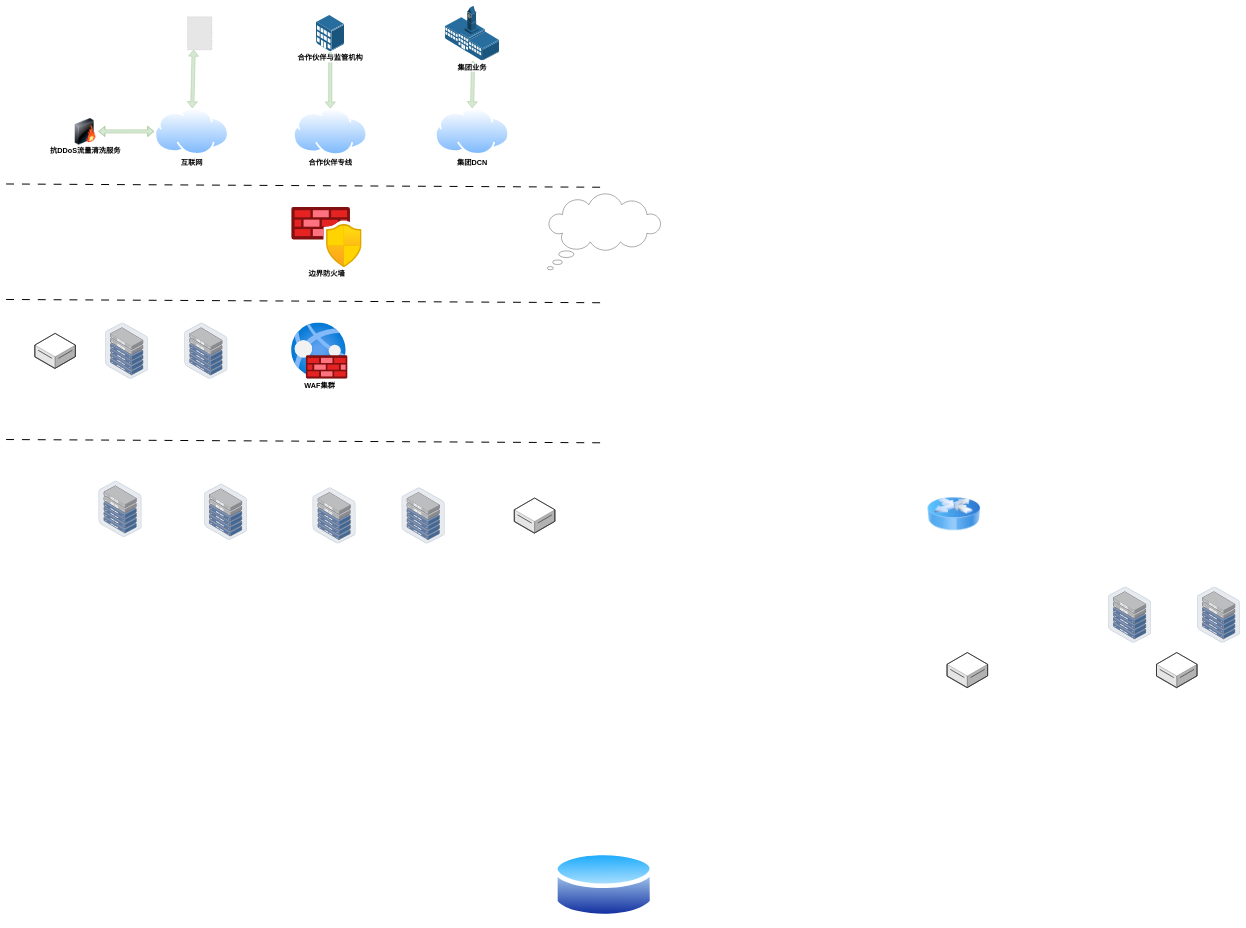
Above: 网络安全防护.drawio in razor/1102_decoration (draw.io), before the change. Source tidied: cells renumbered, new cells numbered last; positions are measured from the earlier drawing's top-left corner, leaving out a move shared by most shapes. Both pictures are drawn from the tidied source at 33%, with x=0, y=0 at pixel (6, 6). Pictures stored in the file or linked from it are replaced by grey dashed boxes.
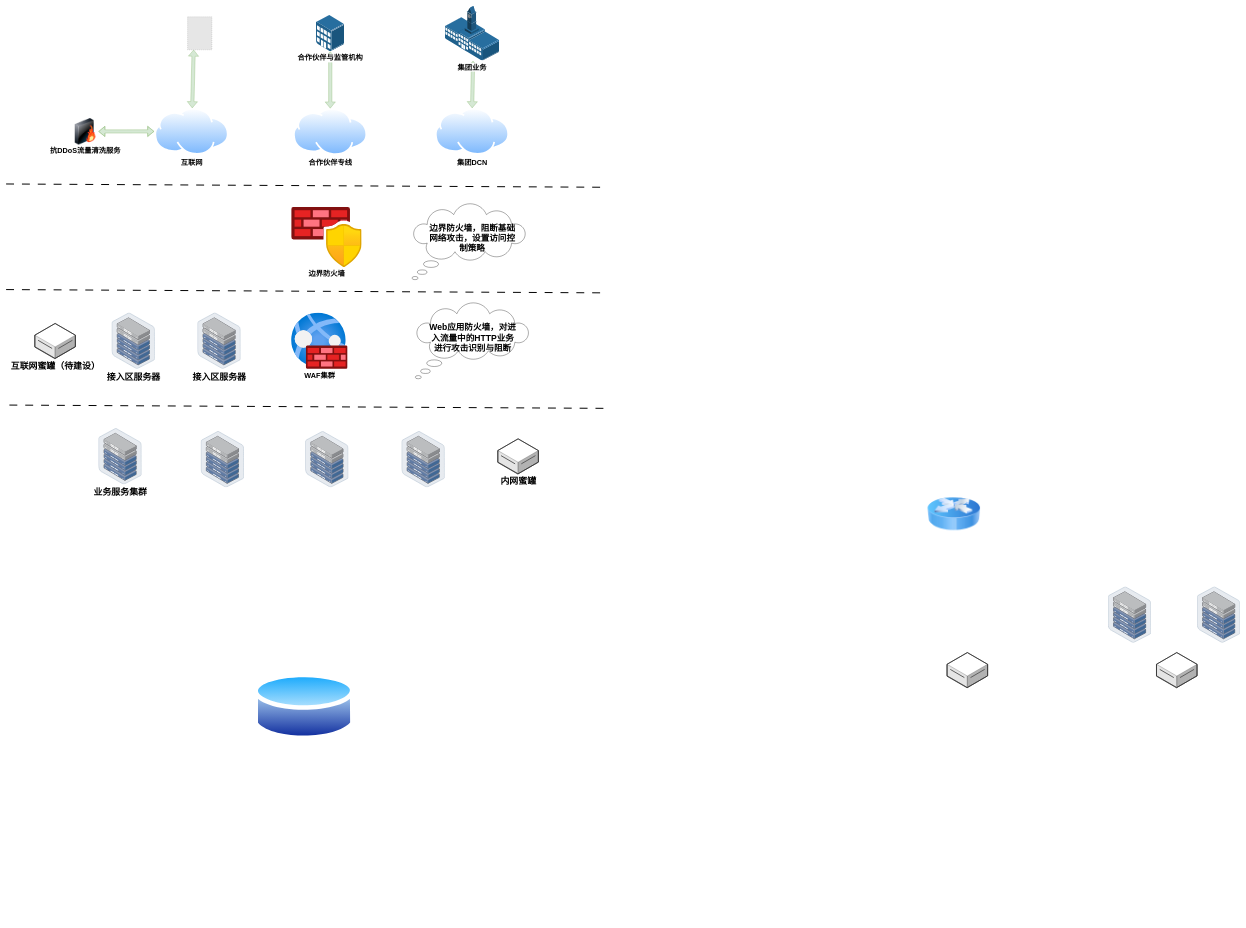
The same diagram, later.

Commit message (it also covers changes not shown here):
更新网络安全防护.drawio

What changed in the source:
```diff
@@
     <mxCell id="12" value="&lt;b&gt;&lt;font style=&quot;font-size: 22px;&quot;&gt;WAF集群&lt;/font&gt;&lt;/b&gt;" style="image;html=1;align=center;fontSize=12;image=img/lib/azure2/networking/Web_Application_Firewall_Policies_WAF.svg;" parent="1" vertex="1">
-      <mxGeometry x="864.2" y="960" width="171" height="171" as="geometry" />
+      <mxGeometry x="864.2" y="930" width="171" height="171" as="geometry" />
     </mxCell>
-    <mxCell id="13" style="whiteSpace=wrap;html=1;shape=mxgraph.basic.cloud_callout;" parent="1" vertex="1">
-      <mxGeometry x="1640" y="570" width="345" height="230" as="geometry" />
+    <mxCell id="13" value="&lt;b&gt;&lt;font style=&quot;font-size: 26px;&quot;&gt;边界防火墙，阻断基础网络攻击，设置访问控制策略&lt;/font&gt;&lt;/b&gt;" style="whiteSpace=wrap;html=1;shape=mxgraph.basic.cloud_callout;spacingLeft=40;spacingRight=20;spacingTop=0;spacingBottom=20;" parent="1" vertex="1">
+      <mxGeometry x="1230" y="600" width="345" height="230" as="geometry" />
     </mxCell>
@@
-    <mxCell id="15" style="image;html=1;align=center;shadow=0;dashed=0;image=img/lib/allied_telesis/storage/Datacenter_Server_Half_Rack_ToR.svg;" parent="1" vertex="1">
-      <mxGeometry x="300" y="960" width="131.3" height="170.6" as="geometry" />
-    </mxCell>
-    <mxCell id="16" style="image;html=1;align=center;shadow=0;dashed=0;image=img/lib/allied_telesis/storage/Datacenter_Server_Half_Rack_ToR.svg;" parent="1" vertex="1">
-      <mxGeometry x="540" y="960.4" width="131.3" height="170.6" as="geometry" />
+    <mxCell id="16" value="&lt;b&gt;&lt;font style=&quot;font-size: 27px;&quot;&gt;接入区服务器&lt;/font&gt;&lt;/b&gt;" style="image;html=1;align=center;shadow=0;dashed=0;image=img/lib/allied_telesis/storage/Datacenter_Server_Half_Rack_ToR.svg;" parent="1" vertex="1">
+      <mxGeometry x="580" y="930" width="131.3" height="170.6" as="geometry" />
     </mxCell>
-    <mxCell id="17" style="image;html=1;align=center;shadow=0;dashed=0;image=img/lib/allied_telesis/storage/Datacenter_Server_Half_Rack_ToR.svg;" parent="1" vertex="1">
-      <mxGeometry x="280" y="1439.4" width="131.3" height="170.6" as="geometry" />
+    <mxCell id="17" value="&lt;b&gt;&lt;font style=&quot;font-size: 27px;&quot;&gt;业务服务集群&lt;/font&gt;&lt;/b&gt;" style="image;html=1;align=center;shadow=0;dashed=0;image=img/lib/allied_telesis/storage/Datacenter_Server_Half_Rack_ToR.svg;" parent="1" vertex="1">
+      <mxGeometry x="280" y="1280" width="131.3" height="170.6" as="geometry" />
     </mxCell>
     <mxCell id="18" style="image;html=1;align=center;shadow=0;dashed=0;image=img/lib/allied_telesis/storage/Datacenter_Server_Half_Rack_ToR.svg;" parent="1" vertex="1">
-      <mxGeometry x="599.5" y="1448.4" width="131.3" height="170.6" as="geometry" />
+      <mxGeometry x="590" y="1289" width="131.3" height="170.6" as="geometry" />
     </mxCell>
     <mxCell id="19" style="image;html=1;align=center;shadow=0;dashed=0;image=img/lib/allied_telesis/storage/Datacenter_Server_Half_Rack_ToR.svg;" parent="1" vertex="1">
-      <mxGeometry x="928.5" y="1459.4" width="131.3" height="170.6" as="geometry" />
+      <mxGeometry x="906.7" y="1289" width="131.3" height="170.6" as="geometry" />
     </mxCell>
     <mxCell id="20" style="image;html=1;align=center;shadow=0;dashed=0;image=img/lib/allied_telesis/storage/Datacenter_Server_Half_Rack_ToR.svg;" parent="1" vertex="1">
-      <mxGeometry x="1198.5" y="1459.4" width="131.3" height="170.6" as="geometry" />
+      <mxGeometry x="1198.5" y="1289" width="131.3" height="170.6" as="geometry" />
     </mxCell>
@@
-    <mxCell id="23" style="verticalLabelPosition=bottom;html=1;verticalAlign=top;strokeWidth=1;align=center;dashed=0;shape=mxgraph.aws3d.dataServer;strokeColor=#5E5E5E;" parent="1" vertex="1">
-      <mxGeometry x="87" y="992.7" width="123" height="106" as="geometry" />
+    <mxCell id="23" value="&lt;b&gt;&lt;font style=&quot;font-size: 27px;&quot;&gt;互联网蜜罐（待建设）&lt;/font&gt;&lt;/b&gt;" style="verticalLabelPosition=bottom;html=1;verticalAlign=top;strokeWidth=1;align=center;dashed=0;shape=mxgraph.aws3d.dataServer;strokeColor=#5E5E5E;" parent="1" vertex="1">
+      <mxGeometry x="87" y="962.7" width="123" height="106" as="geometry" />
     </mxCell>
-    <mxCell id="24" style="verticalLabelPosition=bottom;html=1;verticalAlign=top;strokeWidth=1;align=center;dashed=0;shape=mxgraph.aws3d.dataServer;strokeColor=#5E5E5E;" parent="1" vertex="1">
-      <mxGeometry x="1540" y="1491.7" width="123" height="106" as="geometry" />
+    <mxCell id="24" value="&lt;b&gt;&lt;font style=&quot;font-size: 27px;&quot;&gt;内网蜜罐&lt;/font&gt;&lt;/b&gt;" style="verticalLabelPosition=bottom;html=1;verticalAlign=top;strokeWidth=1;align=center;dashed=0;shape=mxgraph.aws3d.dataServer;strokeColor=#5E5E5E;" parent="1" vertex="1">
+      <mxGeometry x="1490" y="1312.3" width="123" height="106" as="geometry" />
     </mxCell>
@@
     <mxCell id="30" style="edgeStyle=none;orthogonalLoop=1;jettySize=auto;html=1;rounded=0;dashed=1;dashPattern=8 8;strokeWidth=3;endArrow=none;endFill=0;" parent="1" edge="1">
       <mxGeometry relative="1" as="geometry">
-        <mxPoint y="890" as="sourcePoint" />
-        <mxPoint x="1820" y="900" as="targetPoint" />
+        <mxPoint y="860" as="sourcePoint" />
+        <mxPoint x="1820" y="870" as="targetPoint" />
       </mxGeometry>
     </mxCell>
     <mxCell id="31" style="edgeStyle=none;orthogonalLoop=1;jettySize=auto;html=1;rounded=0;dashed=1;dashPattern=8 8;strokeWidth=3;endArrow=none;endFill=0;" parent="1" edge="1">
       <mxGeometry relative="1" as="geometry">
-        <mxPoint y="1314.4" as="sourcePoint" />
-        <mxPoint x="1820" y="1324.4" as="targetPoint" />
+        <mxPoint x="10" y="1210" as="sourcePoint" />
+        <mxPoint x="1830" y="1220" as="targetPoint" />
       </mxGeometry>
     </mxCell>
     <mxCell id="32" style="image;perimeter=ellipsePerimeter;html=1;align=center;shadow=0;dashed=0;spacingTop=3;image=img/lib/active_directory/database.svg;" parent="1" vertex="1">
-      <mxGeometry x="1658" y="2550" width="306.8" height="227" as="geometry" />
+      <mxGeometry x="750" y="2010" width="306.8" height="227" as="geometry" />
     </mxCell>
+    <mxCell id="33" value="&lt;span style=&quot;font-size: 26px;&quot;&gt;&lt;b&gt;Web应用防火墙，对进入流量中的HTTP业务进行攻击识别与阻断&lt;/b&gt;&lt;/span&gt;" style="whiteSpace=wrap;html=1;shape=mxgraph.basic.cloud_callout;spacingLeft=40;spacing=2;spacingBottom=19;spacingRight=37;" parent="1" vertex="1">
+      <mxGeometry x="1239.8" y="900.3" width="345" height="230" as="geometry" />
+    </mxCell>
+    <mxCell id="34" value="&lt;b&gt;&lt;font style=&quot;font-size: 27px;&quot;&gt;接入区服务器&lt;/font&gt;&lt;/b&gt;" style="image;html=1;align=center;shadow=0;dashed=0;image=img/lib/allied_telesis/storage/Datacenter_Server_Half_Rack_ToR.svg;" parent="1" vertex="1">
+      <mxGeometry x="320" y="930" width="131.3" height="170.6" as="geometry" />
+    </mxCell>
```
